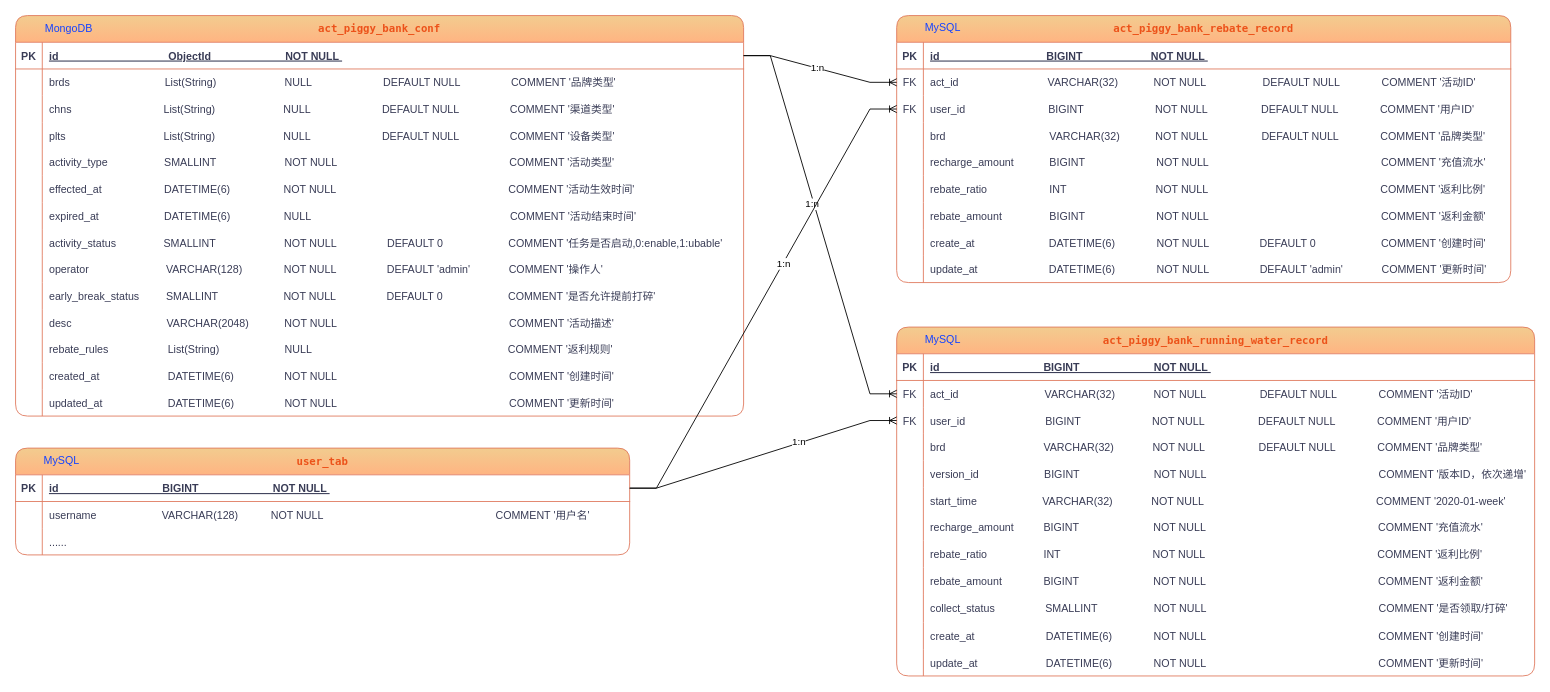
1325075688gw/-offer keeps this draw.io diagram as 存钱罐.drawio. Above is the earlier version. Source tidied: cells renumbered, new cells numbered last; positions are measured from the earlier drawing's top-left corner, leaving out a move shared by most shapes. Both pictures are drawn from the tidied source at 89%, with x=0, y=0 at pixel (15, 15).
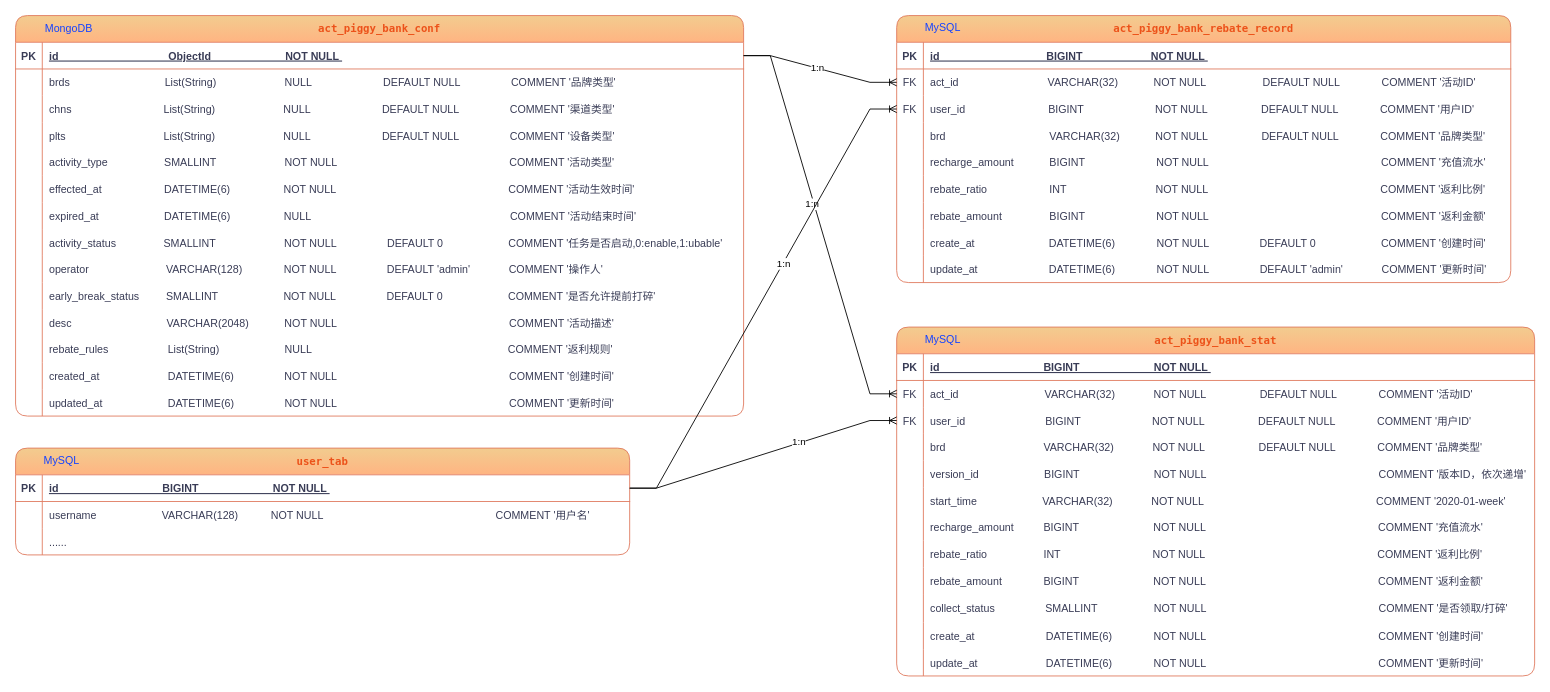
The same diagram, later.

Commit message:
修改数据表名.drawio

What changed in the source:
```diff
@@
-    <mxCell id="80" value="act_piggy_bank_running_water_record" style="shape=table;startSize=30;childLayout=tableLayout;rowLines=0;fontStyle=1;align=center;fontColor=#EC521A;whiteSpace=wrap;swimlaneFillColor=default;labelBorderColor=none;labelBackgroundColor=none;rounded=1;fontFamily=Lucida Console;fillColor=#F2CC8F;shadow=0;strokeColor=#E07A5F;gradientColor=#FFB482;" parent="1" vertex="1">
+    <mxCell id="80" value="act_piggy_bank_stat" style="shape=table;startSize=30;childLayout=tableLayout;rowLines=0;fontStyle=1;align=center;fontColor=#EC521A;whiteSpace=wrap;swimlaneFillColor=default;labelBorderColor=none;labelBackgroundColor=none;rounded=1;fontFamily=Lucida Console;fillColor=#F2CC8F;shadow=0;strokeColor=#E07A5F;gradientColor=#FFB482;" parent="1" vertex="1">
       <mxGeometry x="990" y="350" width="716.8" height="392" as="geometry" />
     </mxCell>
```
